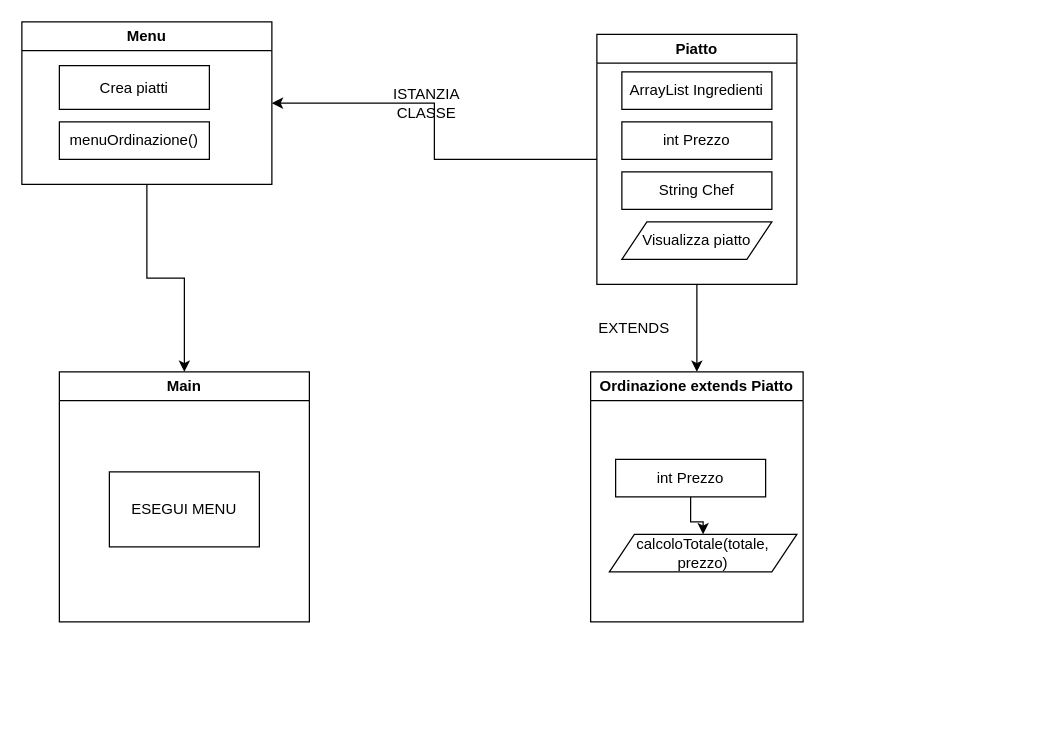
This is diagrammiER/RistorantePolimorfismo.drawio from TheJolly01/javaAcademy, a draw.io file, before an edit. Source tidied: cells renumbered, new cells numbered last; positions are measured from the earlier drawing's top-left corner, leaving out a move shared by most shapes. Both pictures are drawn from the tidied source at 125%, with x=0, y=0 at pixel (21, 21).
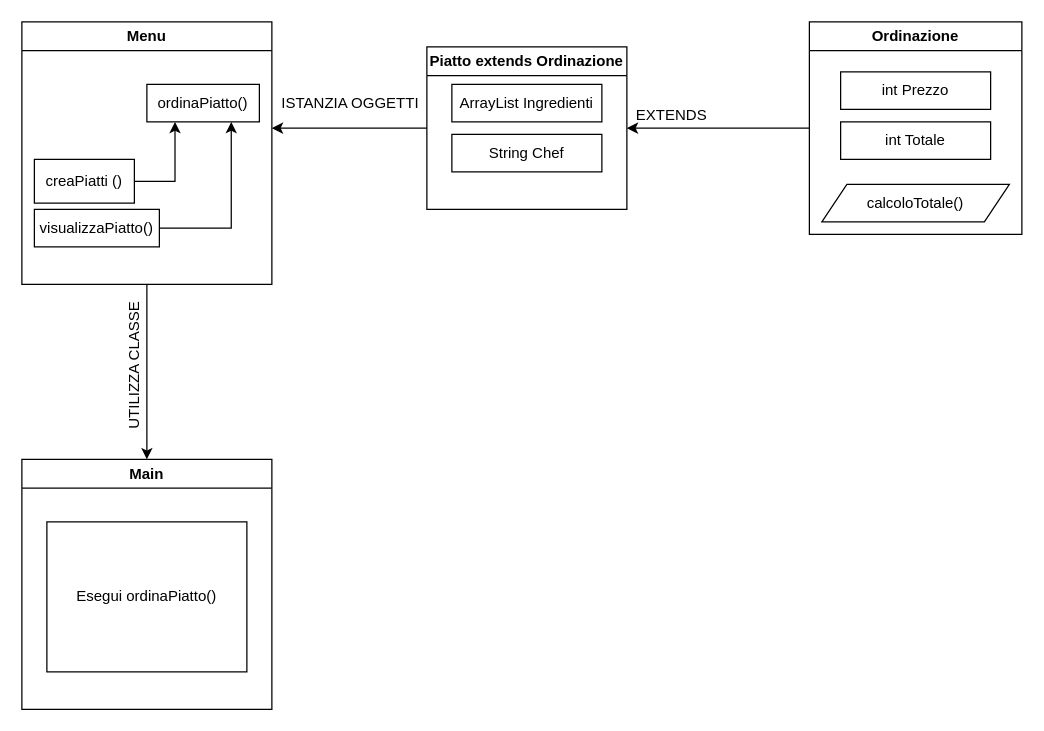
The same diagram, later.

Change to the diagram source:
```diff
@@
-    <mxCell id="3" value="Menu" style="swimlane;whiteSpace=wrap;html=1;" parent="1" vertex="1">
-      <mxGeometry width="200" height="130" as="geometry" />
+    <mxCell id="3" value="Menu" style="swimlane;whiteSpace=wrap;html=1;startSize=23;" parent="1" vertex="1">
+      <mxGeometry width="200" height="210" as="geometry" />
     </mxCell>
+    <mxCell id="21" style="edgeStyle=orthogonalEdgeStyle;rounded=0;jettySize=auto;html=1;exitX=1;exitY=0.5;exitDx=0;exitDy=0;entryX=0.25;entryY=1;entryDx=0;entryDy=0;" parent="3" edge="1" source="4" target="5">
+      <mxGeometry relative="1" as="geometry" />
+    </mxCell>
-    <mxCell id="4" value="Crea piatti" style="whiteSpace=wrap;html=1;" parent="3" vertex="1">
-      <mxGeometry x="30" y="35" width="120" height="35" as="geometry" />
+    <mxCell id="4" value="creaPiatti ()" style="whiteSpace=wrap;html=1;" parent="3" vertex="1">
+      <mxGeometry x="10" y="110" width="80" height="35" as="geometry" />
     </mxCell>
-    <mxCell id="5" value="menuOrdinazione()" style="rounded=0;whiteSpace=wrap;html=1;" parent="3" vertex="1">
-      <mxGeometry x="30" y="80" width="120" height="30" as="geometry" />
+    <mxCell id="5" value="ordinaPiatto()" style="rounded=0;whiteSpace=wrap;html=1;" parent="3" vertex="1">
+      <mxGeometry x="100" y="50" width="90" height="30" as="geometry" />
     </mxCell>
-    <mxCell id="6" style="edgeStyle=orthogonalEdgeStyle;rounded=0;jettySize=auto;html=1;exitX=0.5;exitY=1;exitDx=0;exitDy=0;entryX=0.5;entryY=0;entryDx=0;entryDy=0;" parent="1" edge="1" source="8" target="13">
-      <mxGeometry relative="1" as="geometry" />
-    </mxCell>
-    <mxCell id="7" style="edgeStyle=orthogonalEdgeStyle;rounded=0;jettySize=auto;html=1;exitX=0;exitY=0.5;exitDx=0;exitDy=0;entryX=1;entryY=0.5;entryDx=0;entryDy=0;" parent="1" edge="1" source="8" target="3">
-      <mxGeometry relative="1" as="geometry" />
-    </mxCell>
+    <mxCell id="22" style="edgeStyle=orthogonalEdgeStyle;rounded=0;jettySize=auto;html=1;exitX=1;exitY=0.5;exitDx=0;exitDy=0;entryX=0.75;entryY=1;entryDx=0;entryDy=0;" parent="3" edge="1" source="23" target="5">
+      <mxGeometry relative="1" as="geometry" />
+    </mxCell>
+    <mxCell id="23" value="visualizzaPiatto()" style="rounded=0;whiteSpace=wrap;html=1;" parent="3" vertex="1">
+      <mxGeometry x="10" y="150" width="100" height="30" as="geometry" />
+    </mxCell>
+    <mxCell id="24" style="edgeStyle=orthogonalEdgeStyle;rounded=0;jettySize=auto;html=1;exitX=0;exitY=0.5;exitDx=0;exitDy=0;" parent="1" edge="1" source="8">
+      <mxGeometry relative="1" as="geometry">
+        <mxPoint x="200" y="85" as="targetPoint" />
+      </mxGeometry>
+    </mxCell>
-    <mxCell id="8" value="Piatto" style="swimlane;whiteSpace=wrap;html=1;" parent="1" vertex="1">
-      <mxGeometry x="460" y="10" width="160" height="200" as="geometry" />
+    <mxCell id="8" value="Piatto extends Ordinazione" style="swimlane;whiteSpace=wrap;html=1;" parent="1" vertex="1">
+      <mxGeometry x="324" y="20" width="160" height="130" as="geometry" />
     </mxCell>
@@
-    <mxCell id="10" value="int Prezzo" style="whiteSpace=wrap;html=1;" parent="8" vertex="1">
-      <mxGeometry x="20" y="70" width="120" height="30" as="geometry" />
-    </mxCell>
     <mxCell id="11" value="String Chef" style="whiteSpace=wrap;html=1;" parent="8" vertex="1">
-      <mxGeometry x="20" y="110" width="120" height="30" as="geometry" />
+      <mxGeometry x="20" y="70" width="120" height="30" as="geometry" />
     </mxCell>
-    <mxCell id="12" value="Visualizza piatto" style="shape=parallelogram;perimeter=parallelogramPerimeter;whiteSpace=wrap;html=1;fixedSize=1;" parent="8" vertex="1">
-      <mxGeometry x="20" y="150" width="120" height="30" as="geometry" />
-    </mxCell>
+    <mxCell id="25" style="edgeStyle=orthogonalEdgeStyle;rounded=0;jettySize=auto;html=1;exitX=0;exitY=0.5;exitDx=0;exitDy=0;entryX=1;entryY=0.5;entryDx=0;entryDy=0;" parent="1" edge="1" source="13" target="8">
+      <mxGeometry relative="1" as="geometry" />
+    </mxCell>
-    <mxCell id="13" value="Ordinazione extends Piatto" style="swimlane;whiteSpace=wrap;html=1;" parent="1" vertex="1">
-      <mxGeometry x="455" y="280" width="170" height="200" as="geometry" />
+    <mxCell id="13" value="Ordinazione" style="swimlane;whiteSpace=wrap;html=1;" parent="1" vertex="1">
+      <mxGeometry x="630" width="170" height="170" as="geometry" />
     </mxCell>
-    <mxCell id="14" style="edgeStyle=orthogonalEdgeStyle;rounded=0;jettySize=auto;html=1;" parent="13" edge="1" source="15" target="16">
-      <mxGeometry relative="1" as="geometry" />
-    </mxCell>
     <mxCell id="15" value="int Prezzo" style="whiteSpace=wrap;html=1;" parent="13" vertex="1">
-      <mxGeometry x="20" y="70" width="120" height="30" as="geometry" />
+      <mxGeometry x="25" y="40" width="120" height="30" as="geometry" />
     </mxCell>
-    <mxCell id="16" value="calcoloTotale(totale, prezzo)" style="shape=parallelogram;perimeter=parallelogramPerimeter;whiteSpace=wrap;html=1;fixedSize=1;" parent="13" vertex="1">
-      <mxGeometry x="15" y="130" width="150" height="30" as="geometry" />
+    <mxCell id="16" value="calcoloTotale()" style="shape=parallelogram;perimeter=parallelogramPerimeter;whiteSpace=wrap;html=1;fixedSize=1;" parent="13" vertex="1">
+      <mxGeometry x="10" y="130" width="150" height="30" as="geometry" />
     </mxCell>
+    <mxCell id="26" value="int Totale" style="whiteSpace=wrap;html=1;" parent="13" vertex="1">
+      <mxGeometry x="25" y="80" width="120" height="30" as="geometry" />
+    </mxCell>
-    <mxCell id="17" value="EXTENDS" style="text;html=1;strokeColor=none;fillColor=none;align=center;verticalAlign=middle;whiteSpace=wrap;rounded=0;" parent="1" vertex="1">
-      <mxGeometry x="460" y="230" width="60" height="30" as="geometry" />
+    <mxCell id="17" value="EXTENDS" style="text;html=1;strokeColor=none;fillColor=none;align=center;verticalAlign=middle;whiteSpace=wrap;rounded=0;rotation=0;" parent="1" vertex="1">
+      <mxGeometry x="490" y="60" width="60" height="30" as="geometry" />
     </mxCell>
-    <mxCell id="18" value="ISTANZIA CLASSE" style="text;html=1;strokeColor=none;fillColor=none;align=center;verticalAlign=middle;whiteSpace=wrap;rounded=0;" parent="1" vertex="1">
-      <mxGeometry x="294" y="50" width="60" height="30" as="geometry" />
+    <mxCell id="18" value="ISTANZIA OGGETTI" style="text;html=1;strokeColor=none;fillColor=none;align=center;verticalAlign=middle;whiteSpace=wrap;rounded=0;" parent="1" vertex="1">
+      <mxGeometry x="200" y="50" width="126" height="30" as="geometry" />
     </mxCell>
     <mxCell id="19" value="Main" style="swimlane;whiteSpace=wrap;html=1;" parent="1" vertex="1">
-      <mxGeometry x="30" y="280" width="200" height="200" as="geometry" />
+      <mxGeometry y="350" width="200" height="200" as="geometry" />
     </mxCell>
-    <mxCell id="20" value="ESEGUI MENU" style="whiteSpace=wrap;html=1;" parent="19" vertex="1">
-      <mxGeometry x="40" y="80" width="120" height="60" as="geometry" />
+    <mxCell id="20" value="Esegui ordinaPiatto()" style="whiteSpace=wrap;html=1;" parent="19" vertex="1">
+      <mxGeometry x="20" y="50" width="160" height="120" as="geometry" />
     </mxCell>
+    <mxCell id="27" value="UTILIZZA CLASSE" style="text;html=1;strokeColor=none;fillColor=none;align=center;verticalAlign=middle;whiteSpace=wrap;rounded=0;rotation=-90;" parent="1" vertex="1">
+      <mxGeometry x="30" y="260" width="120" height="30" as="geometry" />
+    </mxCell>
```
